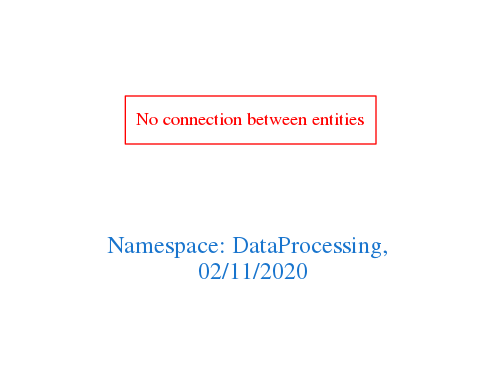
The Graphviz diagram downloads/DataProcessing.png in arago/OGIT, before a commit. Its source is kept beside it as downloads/DataProcessing.dot.
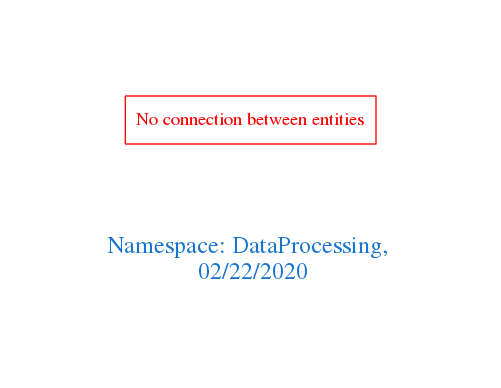
After the change.

Diff of the diagram source:
```diff
@@ -1,7 +1,7 @@
 digraph OGIT_ontology {
  graph [ rankdir= LR,pad=1
 fontsize = 18,
-fontcolor= dodgerblue3,label = "\n\n\nNamespace: DataProcessing, \n 02/11/2020"];
+fontcolor= dodgerblue3,label = "\n\n\nNamespace: DataProcessing, \n 02/22/2020"];
 node[shape=polygon];
 edge [  color="gray81"];
 
```
